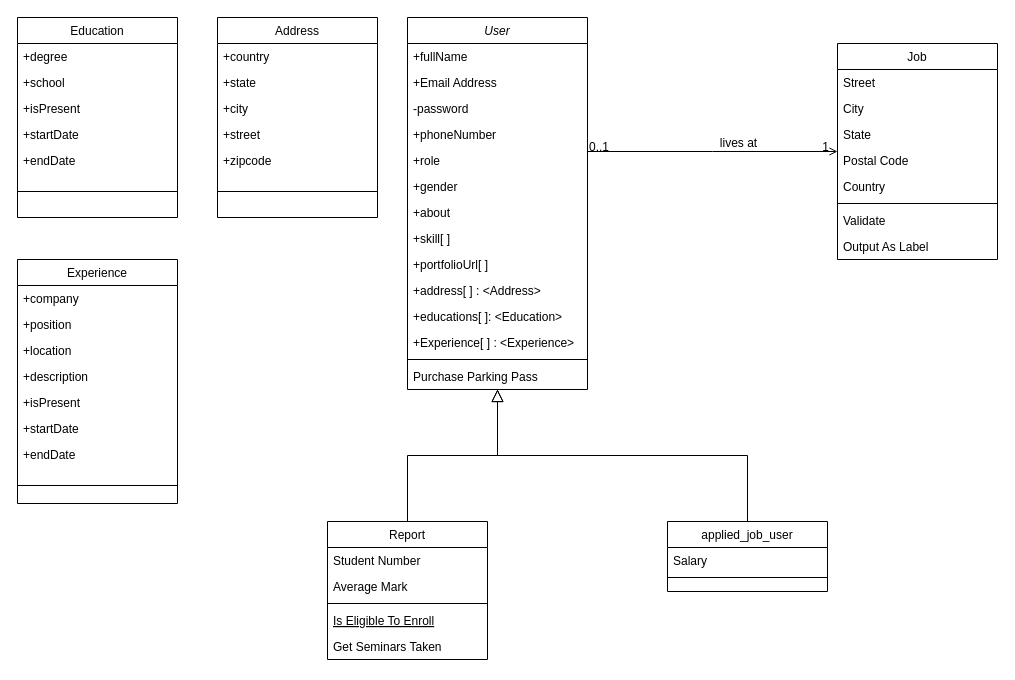
Above: classDiagram.drawio in osenbal/ar.gent-uml (draw.io), before the change. Source tidied: cells renumbered, new cells numbered last; positions are measured from the earlier drawing's top-left corner, leaving out a move shared by most shapes. Both pictures are drawn from the tidied source at 100%, with x=0, y=0 at pixel (17, 17).
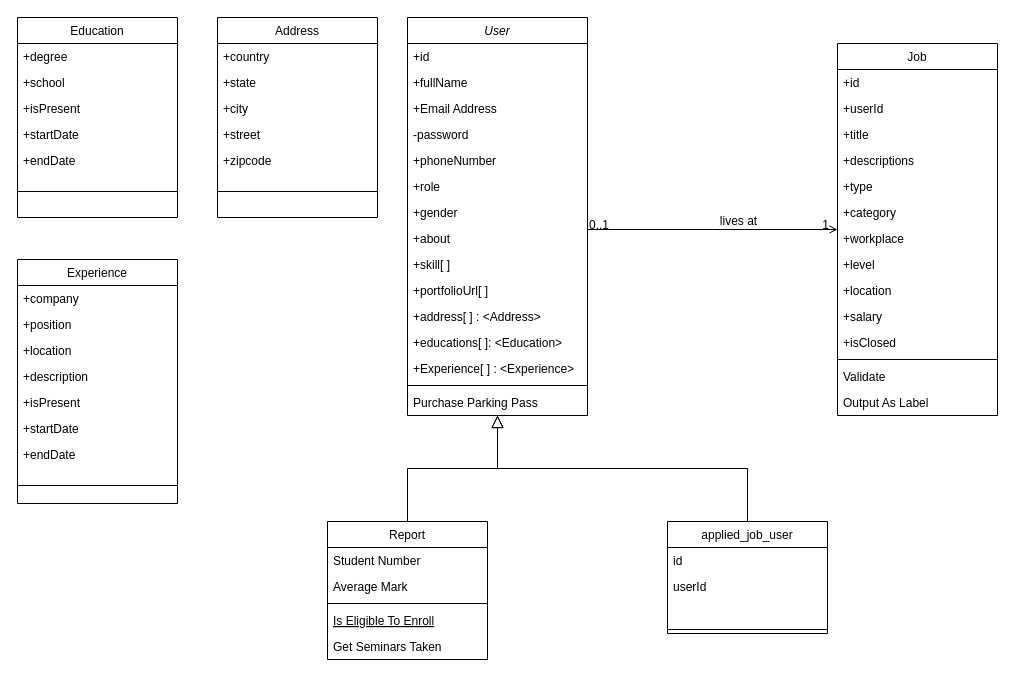
The same page after the edit.

Change to the diagram source:
```diff
@@
     <mxCell id="2" value="User" style="swimlane;fontStyle=2;align=center;verticalAlign=top;horizontal=1;startSize=26;rounded=0;shadow=0;strokeWidth=1;" parent="1" vertex="1">
-      <mxGeometry x="390" width="180" height="372" as="geometry" />
+      <mxGeometry x="390" width="180" height="398" as="geometry" />
     </mxCell>
+    <mxCell id="64" value="+id" style="text;align=left;verticalAlign=top;spacingLeft=4;spacingRight=4;overflow=hidden;" parent="2" vertex="1">
+      <mxGeometry y="26" width="180" height="26" as="geometry" />
+    </mxCell>
     <mxCell id="3" value="+fullName" style="text;align=left;verticalAlign=top;spacingLeft=4;spacingRight=4;overflow=hidden;" parent="2" vertex="1">
-      <mxGeometry y="26" width="180" height="26" as="geometry" />
+      <mxGeometry y="52" width="180" height="26" as="geometry" />
     </mxCell>
     <mxCell id="4" value="+Email Address" style="text;align=left;verticalAlign=top;spacingLeft=4;spacingRight=4;overflow=hidden;rounded=0;shadow=0;html=0;" parent="2" vertex="1">
-      <mxGeometry y="52" width="180" height="26" as="geometry" />
+      <mxGeometry y="78" width="180" height="26" as="geometry" />
     </mxCell>
     <mxCell id="5" value="-password" style="text;align=left;verticalAlign=top;spacingLeft=4;spacingRight=4;overflow=hidden;rounded=0;shadow=0;html=0;" parent="2" vertex="1">
-      <mxGeometry y="78" width="180" height="26" as="geometry" />
+      <mxGeometry y="104" width="180" height="26" as="geometry" />
     </mxCell>
     <mxCell id="6" value="+phoneNumber" style="text;align=left;verticalAlign=top;spacingLeft=4;spacingRight=4;overflow=hidden;rounded=0;shadow=0;html=0;" parent="2" vertex="1">
-      <mxGeometry y="104" width="180" height="26" as="geometry" />
+      <mxGeometry y="130" width="180" height="26" as="geometry" />
     </mxCell>
     <mxCell id="7" value="+role" style="text;align=left;verticalAlign=top;spacingLeft=4;spacingRight=4;overflow=hidden;rounded=0;shadow=0;html=0;" parent="2" vertex="1">
-      <mxGeometry y="130" width="180" height="26" as="geometry" />
+      <mxGeometry y="156" width="180" height="26" as="geometry" />
     </mxCell>
     <mxCell id="8" value="+gender" style="text;align=left;verticalAlign=top;spacingLeft=4;spacingRight=4;overflow=hidden;rounded=0;shadow=0;html=0;" parent="2" vertex="1">
-      <mxGeometry y="156" width="180" height="26" as="geometry" />
+      <mxGeometry y="182" width="180" height="26" as="geometry" />
     </mxCell>
     <mxCell id="9" value="+about" style="text;align=left;verticalAlign=top;spacingLeft=4;spacingRight=4;overflow=hidden;rounded=0;shadow=0;html=0;" parent="2" vertex="1">
-      <mxGeometry y="182" width="180" height="26" as="geometry" />
+      <mxGeometry y="208" width="180" height="26" as="geometry" />
     </mxCell>
     <mxCell id="10" value="+skill[ ]" style="text;align=left;verticalAlign=top;spacingLeft=4;spacingRight=4;overflow=hidden;rounded=0;shadow=0;html=0;" parent="2" vertex="1">
-      <mxGeometry y="208" width="180" height="26" as="geometry" />
+      <mxGeometry y="234" width="180" height="26" as="geometry" />
     </mxCell>
     <mxCell id="11" value="+portfolioUrl[ ]" style="text;align=left;verticalAlign=top;spacingLeft=4;spacingRight=4;overflow=hidden;rounded=0;shadow=0;html=0;" parent="2" vertex="1">
-      <mxGeometry y="234" width="180" height="26" as="geometry" />
+      <mxGeometry y="260" width="180" height="26" as="geometry" />
     </mxCell>
     <mxCell id="12" value="+address[ ] : &lt;Address&gt;" style="text;align=left;verticalAlign=top;spacingLeft=4;spacingRight=4;overflow=hidden;rounded=0;shadow=0;html=0;" parent="2" vertex="1">
-      <mxGeometry y="260" width="180" height="26" as="geometry" />
+      <mxGeometry y="286" width="180" height="26" as="geometry" />
     </mxCell>
     <mxCell id="13" value="+educations[ ]: &lt;Education&gt;" style="text;align=left;verticalAlign=top;spacingLeft=4;spacingRight=4;overflow=hidden;rounded=0;shadow=0;html=0;" parent="2" vertex="1">
-      <mxGeometry y="286" width="180" height="26" as="geometry" />
+      <mxGeometry y="312" width="180" height="26" as="geometry" />
     </mxCell>
     <mxCell id="14" value="+Experience[ ] : &lt;Experience&gt;" style="text;align=left;verticalAlign=top;spacingLeft=4;spacingRight=4;overflow=hidden;rounded=0;shadow=0;html=0;" parent="2" vertex="1">
-      <mxGeometry y="312" width="180" height="26" as="geometry" />
+      <mxGeometry y="338" width="180" height="26" as="geometry" />
     </mxCell>
     <mxCell id="15" style="line;html=1;strokeWidth=1;align=left;verticalAlign=middle;spacingTop=-1;spacingLeft=3;spacingRight=3;labelPosition=right;" parent="2" vertex="1">
-      <mxGeometry y="338" width="180" height="8" as="geometry" />
+      <mxGeometry y="364" width="180" height="8" as="geometry" />
     </mxCell>
     <mxCell id="16" value="Purchase Parking Pass" style="text;align=left;verticalAlign=top;spacingLeft=4;spacingRight=4;overflow=hidden;" parent="2" vertex="1">
-      <mxGeometry y="346" width="180" height="26" as="geometry" />
+      <mxGeometry y="372" width="180" height="26" as="geometry" />
     </mxCell>
@@
     <mxCell id="24" value="applied_job_user" style="swimlane;fontStyle=0;align=center;verticalAlign=top;horizontal=1;startSize=26;rounded=0;shadow=0;strokeWidth=1;" parent="1" vertex="1">
-      <mxGeometry x="650" y="504" width="160" height="70" as="geometry" />
+      <mxGeometry x="650" y="504" width="160" height="112" as="geometry" />
     </mxCell>
-    <mxCell id="25" value="Salary" style="text;align=left;verticalAlign=top;spacingLeft=4;spacingRight=4;overflow=hidden;" parent="24" vertex="1">
+    <mxCell id="25" value="id" style="text;align=left;verticalAlign=top;spacingLeft=4;spacingRight=4;overflow=hidden;" parent="24" vertex="1">
       <mxGeometry y="26" width="160" height="26" as="geometry" />
     </mxCell>
+    <mxCell id="65" value="userId" style="text;align=left;verticalAlign=top;spacingLeft=4;spacingRight=4;overflow=hidden;" parent="24" vertex="1">
+      <mxGeometry y="52" width="160" height="26" as="geometry" />
+    </mxCell>
+    <mxCell id="66" style="text;align=left;verticalAlign=top;spacingLeft=4;spacingRight=4;overflow=hidden;" parent="24" vertex="1">
+      <mxGeometry y="78" width="160" height="26" as="geometry" />
+    </mxCell>
     <mxCell id="26" style="line;html=1;strokeWidth=1;align=left;verticalAlign=middle;spacingTop=-1;spacingLeft=3;spacingRight=3;labelPosition=right;" parent="24" vertex="1">
-      <mxGeometry y="52" width="160" height="8" as="geometry" />
+      <mxGeometry y="104" width="160" height="8" as="geometry" />
     </mxCell>
@@
     <mxCell id="28" value="Job" style="swimlane;fontStyle=0;align=center;verticalAlign=top;horizontal=1;startSize=26;rounded=0;shadow=0;strokeWidth=1;" parent="1" vertex="1">
-      <mxGeometry x="820" y="26" width="160" height="216" as="geometry" />
+      <mxGeometry x="820" y="26" width="160" height="372" as="geometry" />
     </mxCell>
+    <mxCell id="67" value="+id" style="text;align=left;verticalAlign=top;spacingLeft=4;spacingRight=4;overflow=hidden;rounded=0;shadow=0;html=0;" parent="28" vertex="1">
+      <mxGeometry y="26" width="160" height="26" as="geometry" />
+    </mxCell>
+    <mxCell id="68" value="+userId" style="text;align=left;verticalAlign=top;spacingLeft=4;spacingRight=4;overflow=hidden;rounded=0;shadow=0;html=0;" parent="28" vertex="1">
+      <mxGeometry y="52" width="160" height="26" as="geometry" />
+    </mxCell>
-    <mxCell id="29" value="Street" style="text;align=left;verticalAlign=top;spacingLeft=4;spacingRight=4;overflow=hidden;" parent="28" vertex="1">
-      <mxGeometry y="26" width="160" height="26" as="geometry" />
+    <mxCell id="29" value="+title" style="text;align=left;verticalAlign=top;spacingLeft=4;spacingRight=4;overflow=hidden;" parent="28" vertex="1">
+      <mxGeometry y="78" width="160" height="26" as="geometry" />
     </mxCell>
-    <mxCell id="30" value="City" style="text;align=left;verticalAlign=top;spacingLeft=4;spacingRight=4;overflow=hidden;rounded=0;shadow=0;html=0;" parent="28" vertex="1">
-      <mxGeometry y="52" width="160" height="26" as="geometry" />
+    <mxCell id="30" value="+descriptions" style="text;align=left;verticalAlign=top;spacingLeft=4;spacingRight=4;overflow=hidden;rounded=0;shadow=0;html=0;" parent="28" vertex="1">
+      <mxGeometry y="104" width="160" height="26" as="geometry" />
     </mxCell>
-    <mxCell id="31" value="State" style="text;align=left;verticalAlign=top;spacingLeft=4;spacingRight=4;overflow=hidden;rounded=0;shadow=0;html=0;" parent="28" vertex="1">
-      <mxGeometry y="78" width="160" height="26" as="geometry" />
+    <mxCell id="31" value="+type" style="text;align=left;verticalAlign=top;spacingLeft=4;spacingRight=4;overflow=hidden;rounded=0;shadow=0;html=0;" parent="28" vertex="1">
+      <mxGeometry y="130" width="160" height="26" as="geometry" />
     </mxCell>
-    <mxCell id="32" value="Postal Code" style="text;align=left;verticalAlign=top;spacingLeft=4;spacingRight=4;overflow=hidden;rounded=0;shadow=0;html=0;" parent="28" vertex="1">
-      <mxGeometry y="104" width="160" height="26" as="geometry" />
+    <mxCell id="32" value="+category" style="text;align=left;verticalAlign=top;spacingLeft=4;spacingRight=4;overflow=hidden;rounded=0;shadow=0;html=0;" parent="28" vertex="1">
+      <mxGeometry y="156" width="160" height="26" as="geometry" />
     </mxCell>
-    <mxCell id="33" value="Country" style="text;align=left;verticalAlign=top;spacingLeft=4;spacingRight=4;overflow=hidden;rounded=0;shadow=0;html=0;" parent="28" vertex="1">
-      <mxGeometry y="130" width="160" height="26" as="geometry" />
+    <mxCell id="33" value="+workplace" style="text;align=left;verticalAlign=top;spacingLeft=4;spacingRight=4;overflow=hidden;rounded=0;shadow=0;html=0;" parent="28" vertex="1">
+      <mxGeometry y="182" width="160" height="26" as="geometry" />
     </mxCell>
+    <mxCell id="69" value="+level" style="text;align=left;verticalAlign=top;spacingLeft=4;spacingRight=4;overflow=hidden;rounded=0;shadow=0;html=0;" parent="28" vertex="1">
+      <mxGeometry y="208" width="160" height="26" as="geometry" />
+    </mxCell>
+    <mxCell id="70" value="+location" style="text;align=left;verticalAlign=top;spacingLeft=4;spacingRight=4;overflow=hidden;rounded=0;shadow=0;html=0;" parent="28" vertex="1">
+      <mxGeometry y="234" width="160" height="26" as="geometry" />
+    </mxCell>
+    <mxCell id="71" value="+salary" style="text;align=left;verticalAlign=top;spacingLeft=4;spacingRight=4;overflow=hidden;rounded=0;shadow=0;html=0;" parent="28" vertex="1">
+      <mxGeometry y="260" width="160" height="26" as="geometry" />
+    </mxCell>
+    <mxCell id="72" value="+isClosed" style="text;align=left;verticalAlign=top;spacingLeft=4;spacingRight=4;overflow=hidden;rounded=0;shadow=0;html=0;" parent="28" vertex="1">
+      <mxGeometry y="286" width="160" height="26" as="geometry" />
+    </mxCell>
     <mxCell id="34" style="line;html=1;strokeWidth=1;align=left;verticalAlign=middle;spacingTop=-1;spacingLeft=3;spacingRight=3;labelPosition=right;" parent="28" vertex="1">
-      <mxGeometry y="156" width="160" height="8" as="geometry" />
+      <mxGeometry y="312" width="160" height="8" as="geometry" />
     </mxCell>
     <mxCell id="35" value="Validate" style="text;align=left;verticalAlign=top;spacingLeft=4;spacingRight=4;overflow=hidden;" parent="28" vertex="1">
-      <mxGeometry y="164" width="160" height="26" as="geometry" />
+      <mxGeometry y="320" width="160" height="26" as="geometry" />
     </mxCell>
     <mxCell id="36" value="Output As Label" style="text;align=left;verticalAlign=top;spacingLeft=4;spacingRight=4;overflow=hidden;" parent="28" vertex="1">
-      <mxGeometry y="190" width="160" height="26" as="geometry" />
+      <mxGeometry y="346" width="160" height="26" as="geometry" />
     </mxCell>
```
